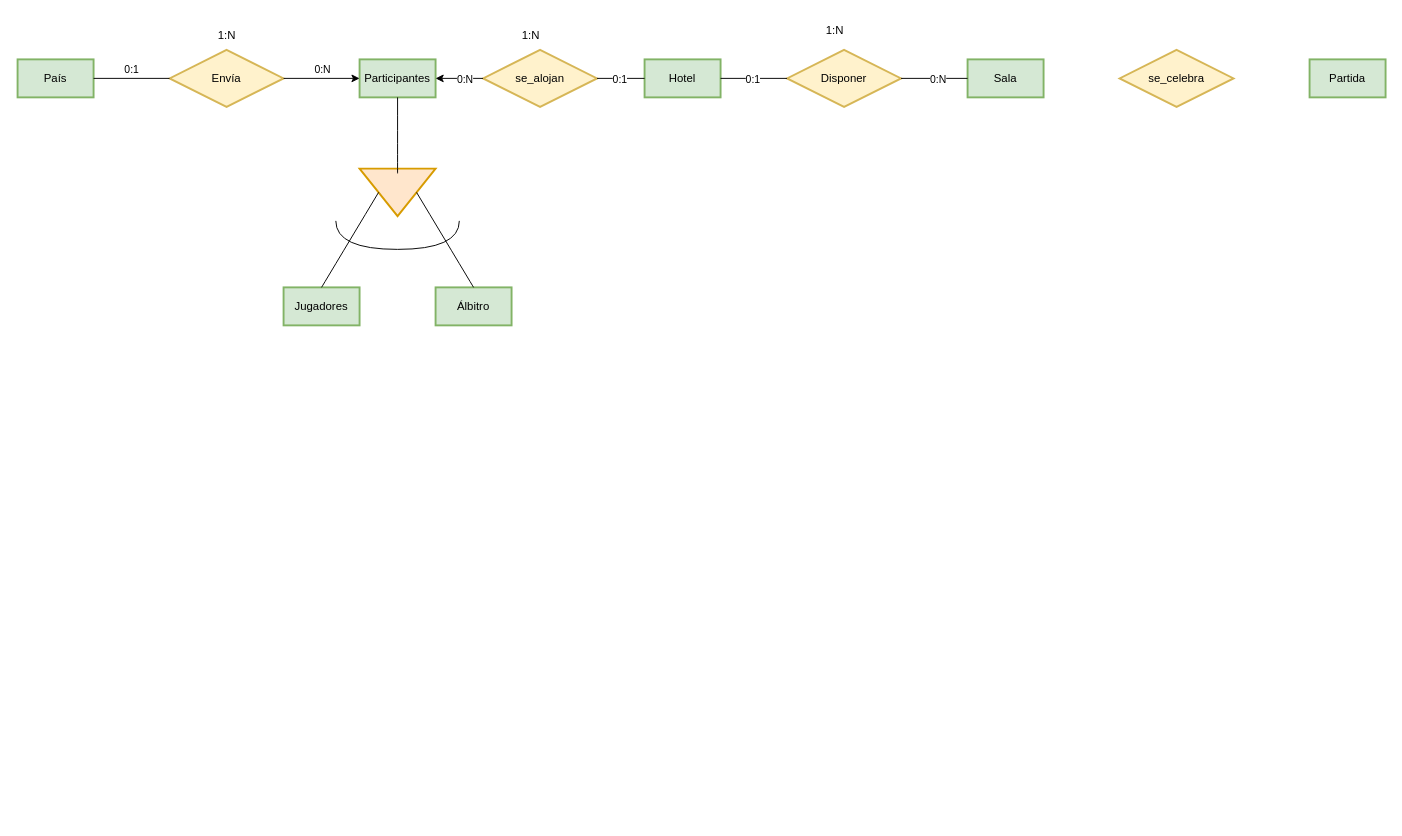
The draw.io diagram page "Ej9" (7 of 9) of Tareas/Tarea3/Tarea3.drawio in JuanManuelMM/Base-Datos, before the edit. Source tidied: cells renumbered, new cells numbered last; positions are measured from the earlier drawing's top-left corner, leaving out a move shared by most shapes. Both pictures are drawn from the tidied source at 95%, with x=0, y=0 at pixel (17, 16).
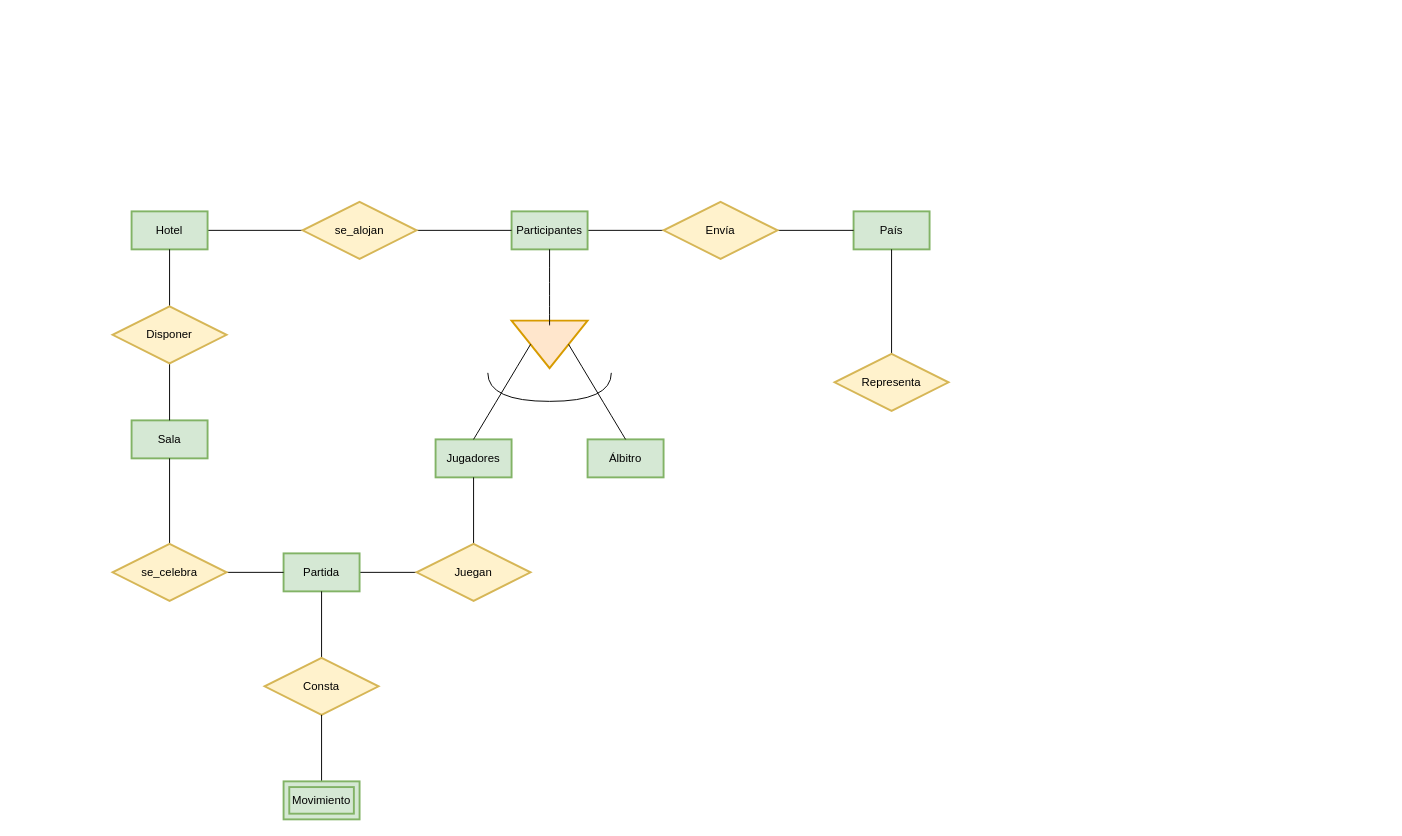
The same diagram, later.

What changed in the source:
```diff
@@
     <mxCell id="2" value="Jugadores" style="whiteSpace=wrap;html=1;align=center;strokeWidth=2;fillColor=#d5e8d4;strokeColor=#82b366;" parent="1" vertex="1">
-      <mxGeometry x="280" y="285" width="80" height="40" as="geometry" />
+      <mxGeometry x="440" y="445" width="80" height="40" as="geometry" />
     </mxCell>
     <mxCell id="3" value="Álbitro" style="whiteSpace=wrap;html=1;align=center;strokeWidth=2;fillColor=#d5e8d4;strokeColor=#82b366;" parent="1" vertex="1">
-      <mxGeometry x="440" y="285" width="80" height="40" as="geometry" />
+      <mxGeometry x="600" y="445" width="80" height="40" as="geometry" />
     </mxCell>
     <mxCell id="4" value="País" style="whiteSpace=wrap;html=1;align=center;strokeWidth=2;fillColor=#d5e8d4;strokeColor=#82b366;" parent="1" vertex="1">
-      <mxGeometry y="45" width="80" height="40" as="geometry" />
+      <mxGeometry x="880" y="205" width="80" height="40" as="geometry" />
     </mxCell>
+    <mxCell id="33" style="edgeStyle=orthogonalEdgeStyle;rounded=0;jettySize=auto;html=1;exitX=1;exitY=0.5;exitDx=0;exitDy=0;entryX=0;entryY=0.5;entryDx=0;entryDy=0;endArrow=none;endFill=0;" parent="1" edge="1" source="5" target="41">
+      <mxGeometry relative="1" as="geometry" />
+    </mxCell>
     <mxCell id="5" value="Partida" style="whiteSpace=wrap;html=1;align=center;strokeWidth=2;fillColor=#d5e8d4;strokeColor=#82b366;" parent="1" vertex="1">
-      <mxGeometry x="1360" y="45" width="80" height="40" as="geometry" />
+      <mxGeometry x="280" y="565" width="80" height="40" as="geometry" />
     </mxCell>
+    <mxCell id="34" style="edgeStyle=orthogonalEdgeStyle;rounded=0;jettySize=auto;html=1;exitX=1;exitY=0.5;exitDx=0;exitDy=0;entryX=0;entryY=0.5;entryDx=0;entryDy=0;endArrow=none;endFill=0;" parent="1" edge="1" source="6" target="17">
+      <mxGeometry relative="1" as="geometry" />
+    </mxCell>
     <mxCell id="6" value="Hotel" style="whiteSpace=wrap;html=1;align=center;strokeWidth=2;fillColor=#d5e8d4;strokeColor=#82b366;" parent="1" vertex="1">
-      <mxGeometry x="660" y="45" width="80" height="40" as="geometry" />
+      <mxGeometry x="120" y="205" width="80" height="40" as="geometry" />
     </mxCell>
+    <mxCell id="35" style="edgeStyle=orthogonalEdgeStyle;rounded=0;jettySize=auto;html=1;exitX=1;exitY=0.5;exitDx=0;exitDy=0;entryX=0;entryY=0.5;entryDx=0;entryDy=0;endArrow=none;endFill=0;" parent="1" edge="1" source="7" target="14">
+      <mxGeometry relative="1" as="geometry" />
+    </mxCell>
     <mxCell id="7" value="Participantes" style="whiteSpace=wrap;html=1;align=center;strokeWidth=2;fillColor=#d5e8d4;strokeColor=#82b366;" parent="1" vertex="1">
-      <mxGeometry x="360" y="45" width="80" height="40" as="geometry" />
+      <mxGeometry x="520" y="205" width="80" height="40" as="geometry" />
     </mxCell>
     <mxCell id="8" style="triangle;whiteSpace=wrap;html=1;strokeWidth=2;rotation=90;fillColor=#ffe6cc;strokeColor=#d79b00;" parent="1" vertex="1">
-      <mxGeometry x="375" y="145" width="50" height="80" as="geometry" />
+      <mxGeometry x="535" y="305" width="50" height="80" as="geometry" />
     </mxCell>
     <mxCell id="9" style="endArrow=none;html=1;curved=1;edgeStyle=orthogonalEdgeStyle;" parent="1" edge="1">
       <mxGeometry relative="1" as="geometry">
-        <mxPoint x="335" y="215" as="sourcePoint" />
-        <mxPoint x="465" y="215" as="targetPoint" />
+        <mxPoint x="495" y="375" as="sourcePoint" />
+        <mxPoint x="625" y="375" as="targetPoint" />
         <Array as="points">
-          <mxPoint x="335" y="245" />
-          <mxPoint x="465" y="245" />
+          <mxPoint x="495" y="405" />
+          <mxPoint x="625" y="405" />
         </Array>
       </mxGeometry>
     </mxCell>
@@
     <mxCell id="13" value="Sala" style="whiteSpace=wrap;html=1;align=center;strokeWidth=2;fillColor=#d5e8d4;strokeColor=#82b366;" parent="1" vertex="1">
-      <mxGeometry x="1000" y="45" width="80" height="40" as="geometry" />
+      <mxGeometry x="120" y="425" width="80" height="40" as="geometry" />
     </mxCell>
+    <mxCell id="36" style="edgeStyle=orthogonalEdgeStyle;rounded=0;jettySize=auto;html=1;exitX=1;exitY=0.5;exitDx=0;exitDy=0;entryX=0;entryY=0.5;entryDx=0;entryDy=0;endArrow=none;endFill=0;" parent="1" edge="1" source="14" target="4">
+      <mxGeometry relative="1" as="geometry" />
+    </mxCell>
     <mxCell id="14" value="Envía" style="shape=rhombus;perimeter=rhombusPerimeter;whiteSpace=wrap;html=1;align=center;fillColor=#fff2cc;strokeColor=#d6b656;strokeWidth=2;" parent="1" vertex="1">
-      <mxGeometry x="160" y="35" width="120" height="60" as="geometry" />
+      <mxGeometry x="680" y="195" width="120" height="60" as="geometry" />
     </mxCell>
+    <mxCell id="37" style="edgeStyle=orthogonalEdgeStyle;rounded=0;jettySize=auto;html=1;exitX=0.5;exitY=0;exitDx=0;exitDy=0;entryX=0.5;entryY=1;entryDx=0;entryDy=0;endArrow=none;endFill=0;" parent="1" edge="1" source="15" target="13">
+      <mxGeometry relative="1" as="geometry" />
+    </mxCell>
+    <mxCell id="38" style="edgeStyle=orthogonalEdgeStyle;rounded=0;jettySize=auto;html=1;exitX=1;exitY=0.5;exitDx=0;exitDy=0;entryX=0;entryY=0.5;entryDx=0;entryDy=0;endArrow=none;endFill=0;" parent="1" edge="1" source="15" target="5">
+      <mxGeometry relative="1" as="geometry" />
+    </mxCell>
     <mxCell id="15" value="se_celebra" style="shape=rhombus;perimeter=rhombusPerimeter;whiteSpace=wrap;html=1;align=center;fillColor=#fff2cc;strokeColor=#d6b656;strokeWidth=2;" parent="1" vertex="1">
-      <mxGeometry x="1160" y="35" width="120" height="60" as="geometry" />
+      <mxGeometry x="100" y="555" width="120" height="60" as="geometry" />
     </mxCell>
+    <mxCell id="39" style="edgeStyle=orthogonalEdgeStyle;rounded=0;jettySize=auto;html=1;exitX=0.5;exitY=0;exitDx=0;exitDy=0;entryX=0.5;entryY=1;entryDx=0;entryDy=0;endArrow=none;endFill=0;" parent="1" edge="1" source="16" target="6">
+      <mxGeometry relative="1" as="geometry" />
+    </mxCell>
+    <mxCell id="27" style="edgeStyle=orthogonalEdgeStyle;rounded=0;jettySize=auto;html=1;exitX=0.5;exitY=1;exitDx=0;exitDy=0;entryX=0.5;entryY=0;entryDx=0;entryDy=0;endArrow=none;endFill=0;" parent="1" edge="1" source="16" target="13">
+      <mxGeometry relative="1" as="geometry" />
+    </mxCell>
     <mxCell id="16" value="Disponer" style="shape=rhombus;perimeter=rhombusPerimeter;whiteSpace=wrap;html=1;align=center;fillColor=#fff2cc;strokeColor=#d6b656;strokeWidth=2;" parent="1" vertex="1">
-      <mxGeometry x="810" y="35" width="120" height="60" as="geometry" />
+      <mxGeometry x="100" y="305" width="120" height="60" as="geometry" />
     </mxCell>
+    <mxCell id="23" style="edgeStyle=orthogonalEdgeStyle;rounded=0;jettySize=auto;html=1;exitX=1;exitY=0.5;exitDx=0;exitDy=0;entryX=0;entryY=0.5;entryDx=0;entryDy=0;endArrow=none;endFill=0;" parent="1" edge="1" source="17" target="7">
+      <mxGeometry relative="1" as="geometry" />
+    </mxCell>
     <mxCell id="17" value="se_alojan" style="shape=rhombus;perimeter=rhombusPerimeter;whiteSpace=wrap;html=1;align=center;fillColor=#fff2cc;strokeColor=#d6b656;strokeWidth=2;" parent="1" vertex="1">
-      <mxGeometry x="490" y="35" width="120" height="60" as="geometry" />
+      <mxGeometry x="300" y="195" width="120" height="60" as="geometry" />
     </mxCell>
-    <mxCell id="18" style="endArrow=classic;html=1;rounded=0;entryX=0;entryY=0.5;entryDx=0;entryDy=0;exitX=1;exitY=0.5;exitDx=0;exitDy=0;" parent="1" edge="1" source="14" target="7">
-      <mxGeometry relative="1" as="geometry" />
-    </mxCell>
-    <mxCell id="19" value="0:N" style="edgeLabel;html=1;align=center;verticalAlign=middle;" parent="18" vertex="1">
-      <mxGeometry x="0.3" y="-1" relative="1" as="geometry">
-        <mxPoint x="-12" y="-11" as="offset" />
-      </mxGeometry>
-    </mxCell>
-    <mxCell id="20" style="endArrow=none;html=1;rounded=0;entryX=0;entryY=0.5;entryDx=0;entryDy=0;exitX=1;exitY=0.5;exitDx=0;exitDy=0;" parent="1" edge="1" source="4" target="14">
-      <mxGeometry relative="1" as="geometry" />
-    </mxCell>
-    <mxCell id="21" value="0:1" style="edgeLabel;html=1;align=center;verticalAlign=middle;" parent="20" vertex="1">
-      <mxGeometry x="-0.59" relative="1" as="geometry">
-        <mxPoint x="23" y="-10" as="offset" />
-      </mxGeometry>
-    </mxCell>
-    <mxCell id="22" value="1:N" style="text;html=1;align=center;verticalAlign=middle;strokeColor=none;fillColor=none;" parent="1" vertex="1">
-      <mxGeometry x="200" y="5" width="40" height="30" as="geometry" />
-    </mxCell>
-    <mxCell id="23" style="endArrow=classic;html=1;rounded=0;entryX=1;entryY=0.5;entryDx=0;entryDy=0;exitX=0;exitY=0.5;exitDx=0;exitDy=0;" parent="1" edge="1" source="17" target="7">
-      <mxGeometry relative="1" as="geometry" />
-    </mxCell>
-    <mxCell id="24" value="0:N" style="edgeLabel;html=1;align=center;verticalAlign=middle;" parent="23" vertex="1">
-      <mxGeometry x="0.43" y="-1" relative="1" as="geometry">
-        <mxPoint x="16" y="1" as="offset" />
-      </mxGeometry>
-    </mxCell>
-    <mxCell id="25" style="endArrow=none;html=1;rounded=0;entryX=0;entryY=0.5;entryDx=0;entryDy=0;exitX=1;exitY=0.5;exitDx=0;exitDy=0;" parent="1" edge="1" source="17" target="6">
-      <mxGeometry relative="1" as="geometry" />
-    </mxCell>
-    <mxCell id="26" value="0:1" style="edgeLabel;html=1;align=center;verticalAlign=middle;" parent="25" vertex="1">
-      <mxGeometry x="-0.52" y="-3" relative="1" as="geometry">
-        <mxPoint x="11" y="-3" as="offset" />
-      </mxGeometry>
-    </mxCell>
-    <mxCell id="27" style="endArrow=none;html=1;rounded=0;entryX=0;entryY=0.5;entryDx=0;entryDy=0;exitX=1;exitY=0.5;exitDx=0;exitDy=0;" parent="1" edge="1" source="16" target="13">
-      <mxGeometry relative="1" as="geometry" />
-    </mxCell>
-    <mxCell id="28" value="0:N" style="edgeLabel;html=1;align=center;verticalAlign=middle;" parent="27" vertex="1">
-      <mxGeometry x="-0.49" y="1" relative="1" as="geometry">
-        <mxPoint x="20" y="1" as="offset" />
-      </mxGeometry>
-    </mxCell>
-    <mxCell id="29" value="1:N" style="text;html=1;align=center;verticalAlign=middle;strokeColor=none;fillColor=none;" parent="1" vertex="1">
-      <mxGeometry x="520" y="5" width="40" height="30" as="geometry" />
-    </mxCell>
-    <mxCell id="30" style="endArrow=none;html=1;rounded=0;entryX=0;entryY=0.5;entryDx=0;entryDy=0;exitX=1;exitY=0.5;exitDx=0;exitDy=0;" parent="1" edge="1" source="6" target="16">
-      <mxGeometry relative="1" as="geometry" />
-    </mxCell>
-    <mxCell id="31" value="0:1" style="edgeLabel;html=1;align=center;verticalAlign=middle;" parent="30" vertex="1">
-      <mxGeometry x="0.49" y="1" relative="1" as="geometry">
-        <mxPoint x="-19" y="1" as="offset" />
-      </mxGeometry>
-    </mxCell>
-    <mxCell id="32" value="1:N" style="text;html=1;align=center;verticalAlign=middle;strokeColor=none;fillColor=none;" parent="1" vertex="1">
-      <mxGeometry x="840" width="40" height="30" as="geometry" />
-    </mxCell>
+    <mxCell id="40" style="edgeStyle=orthogonalEdgeStyle;rounded=0;jettySize=auto;html=1;exitX=0.5;exitY=0;exitDx=0;exitDy=0;entryX=0.5;entryY=1;entryDx=0;entryDy=0;endArrow=none;endFill=0;" parent="1" edge="1" source="41" target="2">
+      <mxGeometry relative="1" as="geometry" />
+    </mxCell>
+    <mxCell id="41" value="Juegan" style="shape=rhombus;perimeter=rhombusPerimeter;whiteSpace=wrap;html=1;align=center;fillColor=#fff2cc;strokeColor=#d6b656;strokeWidth=2;" parent="1" vertex="1">
+      <mxGeometry x="420" y="555" width="120" height="60" as="geometry" />
+    </mxCell>
+    <mxCell id="42" style="edgeStyle=orthogonalEdgeStyle;rounded=0;jettySize=auto;html=1;exitX=0.5;exitY=0;exitDx=0;exitDy=0;entryX=0.5;entryY=1;entryDx=0;entryDy=0;endArrow=none;endFill=0;" parent="1" edge="1" source="43" target="5">
+      <mxGeometry relative="1" as="geometry" />
+    </mxCell>
+    <mxCell id="43" value="Consta" style="shape=rhombus;perimeter=rhombusPerimeter;whiteSpace=wrap;html=1;align=center;fillColor=#fff2cc;strokeColor=#d6b656;strokeWidth=2;" parent="1" vertex="1">
+      <mxGeometry x="260" y="675" width="120" height="60" as="geometry" />
+    </mxCell>
+    <mxCell id="44" style="edgeStyle=orthogonalEdgeStyle;rounded=0;jettySize=auto;html=1;exitX=0.5;exitY=0;exitDx=0;exitDy=0;entryX=0.5;entryY=1;entryDx=0;entryDy=0;endArrow=none;endFill=0;" parent="1" edge="1" source="45" target="43">
+      <mxGeometry relative="1" as="geometry" />
+    </mxCell>
+    <mxCell id="45" value="Movimiento" style="shape=ext;margin=3;double=1;whiteSpace=wrap;html=1;align=center;strokeWidth=2;fillColor=#d5e8d4;strokeColor=#82b366;" parent="1" vertex="1">
+      <mxGeometry x="280" y="805" width="80" height="40" as="geometry" />
+    </mxCell>
+    <mxCell id="46" style="edgeStyle=orthogonalEdgeStyle;rounded=0;jettySize=auto;html=1;exitX=0.5;exitY=0;exitDx=0;exitDy=0;entryX=0.5;entryY=1;entryDx=0;entryDy=0;endArrow=none;endFill=0;" parent="1" edge="1" source="47" target="4">
+      <mxGeometry relative="1" as="geometry" />
+    </mxCell>
+    <mxCell id="47" value="Representa" style="shape=rhombus;perimeter=rhombusPerimeter;whiteSpace=wrap;html=1;align=center;fillColor=#fff2cc;strokeColor=#d6b656;strokeWidth=2;" parent="1" vertex="1">
+      <mxGeometry x="860" y="355" width="120" height="60" as="geometry" />
+    </mxCell>
```
